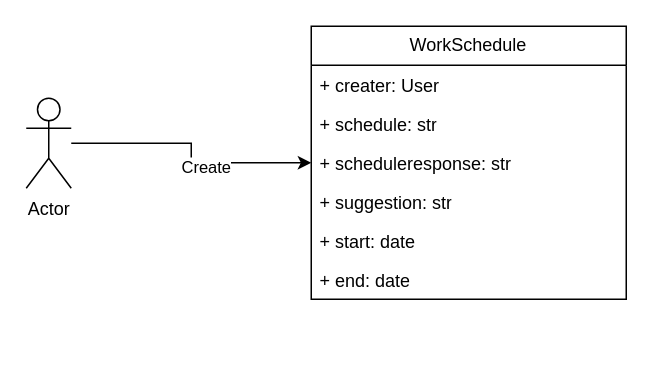
This is 工作计划管理系统.drawio from gaochaowyq/MinderGraph, a draw.io file, before an edit. Source tidied: cells renumbered, new cells numbered last; positions are measured from the earlier drawing's top-left corner, leaving out a move shared by most shapes. Both pictures are drawn from the tidied source at 150%, with x=0, y=0 at pixel (26, 26).
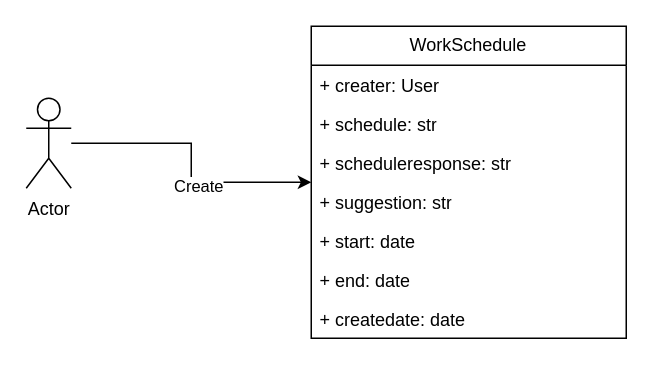
The same diagram, later.

Commit message:
更新工作计划管理系统.drawio

Change to the diagram source:
```diff
@@
 <mxGraphModel>
   <root>
     <mxCell id="0" />
     <mxCell id="1" parent="0" />
     <mxCell id="2" style="edgeStyle=orthogonalEdgeStyle;rounded=0;jettySize=auto;html=1;entryX=0;entryY=0.5;entryDx=0;entryDy=0;" parent="1" edge="1" source="4" target="5">
       <mxGeometry relative="1" as="geometry" />
     </mxCell>
     <mxCell id="3" value="Create" style="edgeLabel;html=1;align=center;verticalAlign=middle;" parent="2" vertex="1">
       <mxGeometry x="0.18" y="-2" relative="1" as="geometry" />
     </mxCell>
     <mxCell id="4" value="Actor" style="shape=umlActor;verticalLabelPosition=bottom;verticalAlign=top;html=1;" parent="1" vertex="1">
       <mxGeometry y="48" width="30" height="60" as="geometry" />
     </mxCell>
     <mxCell id="5" value="WorkSchedule" style="swimlane;fontStyle=0;horizontal=1;startSize=26;fillColor=none;whiteSpace=wrap;html=1;" parent="1" vertex="1">
-      <mxGeometry x="190" width="210" height="182" as="geometry" />
+      <mxGeometry x="190" width="210" height="208" as="geometry" />
     </mxCell>
     <mxCell id="6" value="+ creater: User" style="text;strokeColor=none;fillColor=none;align=left;verticalAlign=top;spacingLeft=4;spacingRight=4;overflow=hidden;whiteSpace=wrap;html=1;" parent="5" vertex="1">
       <mxGeometry y="26" width="210" height="26" as="geometry" />
     </mxCell>
     <mxCell id="7" value="+ schedule: str" style="text;strokeColor=none;fillColor=none;align=left;verticalAlign=top;spacingLeft=4;spacingRight=4;overflow=hidden;whiteSpace=wrap;html=1;" parent="5" vertex="1">
       <mxGeometry y="52" width="210" height="26" as="geometry" />
     </mxCell>
     <mxCell id="8" value="+ scheduleresponse: str" style="text;strokeColor=none;fillColor=none;align=left;verticalAlign=top;spacingLeft=4;spacingRight=4;overflow=hidden;whiteSpace=wrap;html=1;" parent="5" vertex="1">
       <mxGeometry y="78" width="210" height="26" as="geometry" />
     </mxCell>
     <mxCell id="9" value="+ suggestion: str" style="text;strokeColor=none;fillColor=none;align=left;verticalAlign=top;spacingLeft=4;spacingRight=4;overflow=hidden;whiteSpace=wrap;html=1;" parent="5" vertex="1">
       <mxGeometry y="104" width="210" height="26" as="geometry" />
     </mxCell>
     <mxCell id="10" value="+ start: date" style="text;strokeColor=none;fillColor=none;align=left;verticalAlign=top;spacingLeft=4;spacingRight=4;overflow=hidden;whiteSpace=wrap;html=1;" parent="5" vertex="1">
       <mxGeometry y="130" width="210" height="26" as="geometry" />
     </mxCell>
     <mxCell id="11" value="+ end: date" style="text;strokeColor=none;fillColor=none;align=left;verticalAlign=top;spacingLeft=4;spacingRight=4;overflow=hidden;whiteSpace=wrap;html=1;" parent="5" vertex="1">
       <mxGeometry y="156" width="210" height="26" as="geometry" />
     </mxCell>
+    <mxCell id="12" value="+ createdate: date" style="text;strokeColor=none;fillColor=none;align=left;verticalAlign=top;spacingLeft=4;spacingRight=4;overflow=hidden;whiteSpace=wrap;html=1;" parent="5" vertex="1">
+      <mxGeometry y="182" width="210" height="26" as="geometry" />
+    </mxCell>
   </root>
 </mxGraphModel>
```
